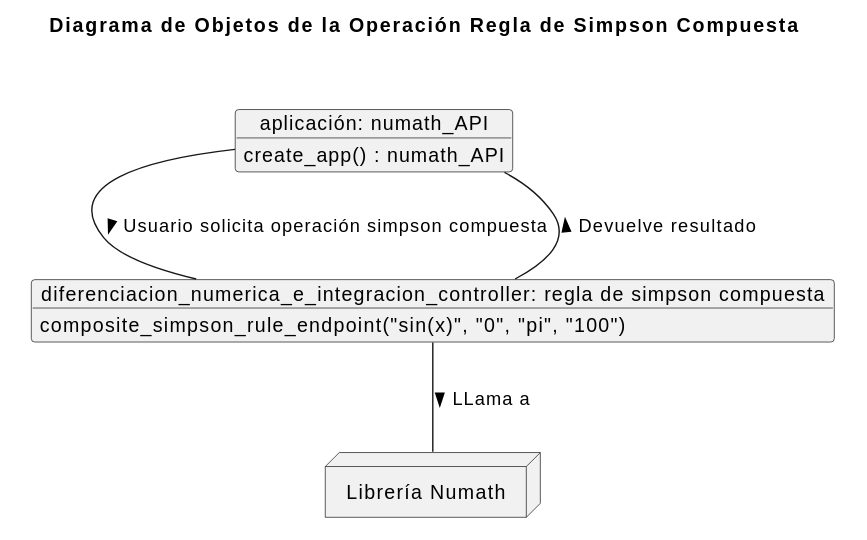
rodri5villa/numath-API keeps this PlantUML diagram as imágenes/modelosUML/diagramaObjetosSimpsonCompuesta.svg. Above is the earlier version.
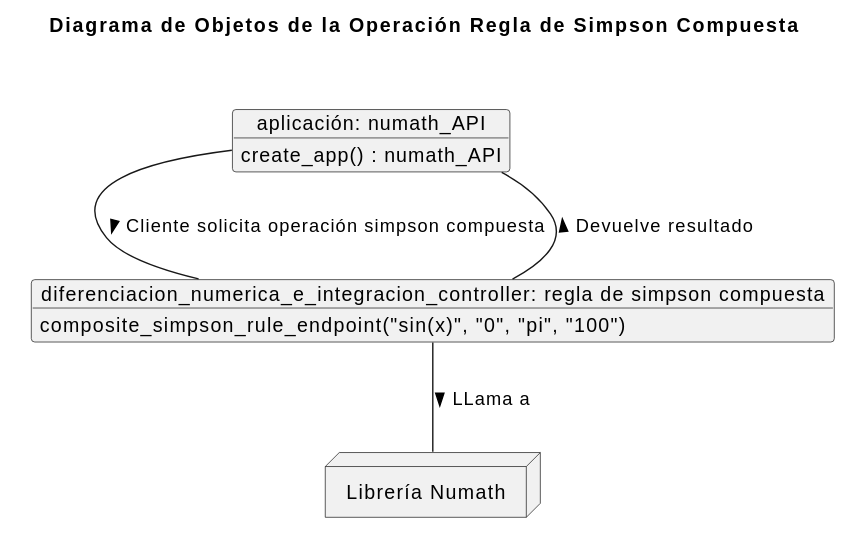
Above is the later version.

Commit message:
mejoras usuario2

Diff of the diagram source:
```diff
@@ -17,7 +17,7 @@
 node "Librería Numath" as PyLibrary {
 }
 
-flask_app -- operaciones: "Usuario solicita operación simpson compuesta >"
+flask_app -- operaciones: "Cliente solicita operación simpson compuesta >"
 operaciones -- PyLibrary : "LLama a >"
 operaciones -- flask_app : "Devuelve resultado >"
 @enduml
```
